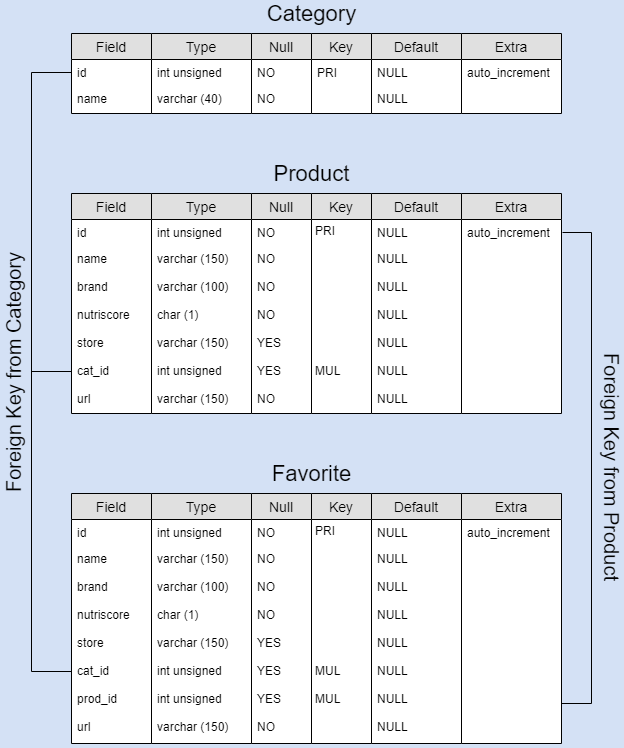
Above: physic_data_model.png in Tony380/Projet5 (draw.io), before the change. Source tidied: cells renumbered, new cells last; positions are measured from the earlier drawing's top-left corner, leaving out a move shared by most shapes.
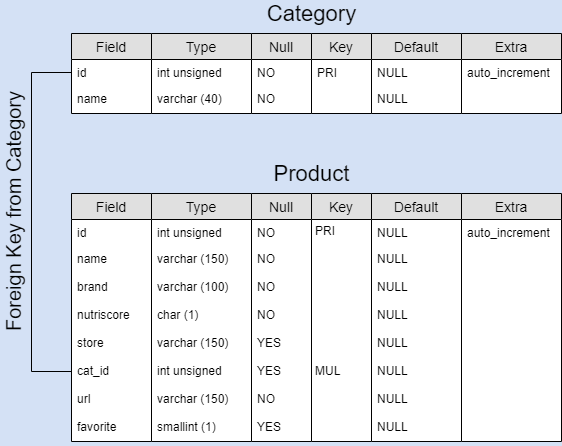
The same diagram one commit later.

Change to the diagram source:
```diff
@@ -8,9 +8,6 @@
     <mxCell id="3" value="&lt;font style=&quot;font-size: 22px&quot;&gt;Product&lt;/font&gt;" style="text;html=1;align=center;verticalAlign=middle;" parent="1" vertex="1">
       <mxGeometry x="379" y="160" width="90" height="20" as="geometry" />
     </mxCell>
-    <mxCell id="4" value="&lt;font style=&quot;font-size: 22px&quot;&gt;Favorite&lt;/font&gt;" style="text;html=1;align=center;verticalAlign=middle;" parent="1" vertex="1">
-      <mxGeometry x="379" y="460" width="90" height="20" as="geometry" />
-    </mxCell>
     <mxCell id="5" style="endArrow=none;html=1;rounded=0;entryX=0;entryY=0.5;entryDx=0;entryDy=0;exitX=0;exitY=0.5;exitDx=0;exitDy=0;" parent="1" edge="1" source="43" target="17">
       <mxGeometry relative="1" as="geometry">
         <Array as="points">
@@ -19,24 +16,6 @@
         </Array>
       </mxGeometry>
     </mxCell>
-    <mxCell id="6" style="endArrow=none;html=1;rounded=0;" parent="1" edge="1">
-      <mxGeometry relative="1" as="geometry">
-        <mxPoint x="144" y="350" as="sourcePoint" />
-        <mxPoint x="184" y="668" as="targetPoint" />
-        <Array as="points">
-          <mxPoint x="144" y="668" />
-        </Array>
-      </mxGeometry>
-    </mxCell>
-    <mxCell id="7" style="endArrow=none;html=1;rounded=0;exitX=1.01;exitY=0.067;exitDx=0;exitDy=0;exitPerimeter=0;" parent="1" edge="1" source="59">
-      <mxGeometry relative="1" as="geometry">
-        <mxPoint x="674" y="700" as="targetPoint" />
-        <Array as="points">
-          <mxPoint x="704" y="229" />
-          <mxPoint x="704" y="700" />
-        </Array>
-      </mxGeometry>
-    </mxCell>
     <mxCell id="8" value="Key" style="swimlane;fontStyle=0;horizontal=1;startSize=26;fillColor=#e0e0e0;swimlaneFillColor=#ffffff;align=center;fontSize=14;" parent="1" vertex="1">
       <mxGeometry x="424" y="30" width="60" height="80" as="geometry" />
     </mxCell>
@@ -71,13 +50,13 @@
       <mxGeometry y="52" width="80" height="28" as="geometry" />
     </mxCell>
     <mxCell id="19" value="Key" style="swimlane;fontStyle=0;horizontal=1;startSize=26;fillColor=#e0e0e0;swimlaneFillColor=#ffffff;align=center;fontSize=14;" parent="1" vertex="1">
-      <mxGeometry x="424" y="190" width="60" height="220" as="geometry" />
+      <mxGeometry x="424" y="190" width="60" height="248" as="geometry" />
     </mxCell>
     <mxCell id="20" value="PRI&#10;&#10;&#10;&#10;&#10;&#10;&#10;&#10;&#10;&#10;MUL" style="text;strokeColor=none;fillColor=none;spacingLeft=4;spacingRight=4;overflow=hidden;fontSize=12;spacing=0;" parent="19" vertex="1">
-      <mxGeometry y="26" width="60" height="194" as="geometry" />
+      <mxGeometry y="26" width="60" height="222" as="geometry" />
     </mxCell>
     <mxCell id="21" value="Null" style="swimlane;fontStyle=0;horizontal=1;startSize=26;fillColor=#e0e0e0;swimlaneFillColor=#ffffff;align=center;fontSize=14;" parent="1" vertex="1">
-      <mxGeometry x="364" y="190" width="60" height="220" as="geometry" />
+      <mxGeometry x="364" y="190" width="60" height="248" as="geometry" />
     </mxCell>
     <mxCell id="22" value="NO" style="text;strokeColor=none;fillColor=none;spacingLeft=4;spacingRight=4;overflow=hidden;fontSize=12;" parent="21" vertex="1">
       <mxGeometry y="26" width="60" height="26" as="geometry" />
@@ -100,8 +79,11 @@
     <mxCell id="28" value="NO" style="text;strokeColor=none;fillColor=none;spacingLeft=4;spacingRight=4;overflow=hidden;fontSize=12;" parent="21" vertex="1">
       <mxGeometry y="192" width="60" height="28" as="geometry" />
     </mxCell>
+    <mxCell id="102" value="YES" style="text;strokeColor=none;fillColor=none;spacingLeft=4;spacingRight=4;overflow=hidden;fontSize=12;" parent="21" vertex="1">
+      <mxGeometry y="220" width="60" height="28" as="geometry" />
+    </mxCell>
     <mxCell id="29" value="Type" style="swimlane;fontStyle=0;horizontal=1;startSize=26;fillColor=#e0e0e0;swimlaneFillColor=#ffffff;align=center;fontSize=14;" parent="1" vertex="1">
-      <mxGeometry x="264" y="190" width="100" height="220" as="geometry" />
+      <mxGeometry x="264" y="190" width="100" height="248" as="geometry" />
     </mxCell>
     <mxCell id="30" value="int unsigned" style="text;strokeColor=none;fillColor=none;spacingLeft=4;spacingRight=4;overflow=hidden;fontSize=12;" parent="29" vertex="1">
       <mxGeometry y="26" width="100" height="26" as="geometry" />
@@ -124,8 +106,11 @@
     <mxCell id="36" value="varchar (150)" style="text;strokeColor=none;fillColor=none;spacingLeft=4;spacingRight=4;overflow=hidden;fontSize=12;" parent="29" vertex="1">
       <mxGeometry y="192" width="100" height="28" as="geometry" />
     </mxCell>
+    <mxCell id="103" value="smallint (1)" style="text;strokeColor=none;fillColor=none;spacingLeft=4;spacingRight=4;overflow=hidden;fontSize=12;" parent="29" vertex="1">
+      <mxGeometry y="220" width="100" height="28" as="geometry" />
+    </mxCell>
     <mxCell id="37" value="Field" style="swimlane;fontStyle=0;horizontal=1;startSize=26;fillColor=#e0e0e0;swimlaneFillColor=#ffffff;align=center;fontSize=14;" parent="1" vertex="1">
-      <mxGeometry x="184" y="190" width="80" height="220" as="geometry" />
+      <mxGeometry x="184" y="190" width="80" height="248" as="geometry" />
     </mxCell>
     <mxCell id="38" value="id" style="text;strokeColor=none;fillColor=none;spacingLeft=4;spacingRight=4;overflow=hidden;fontSize=12;" parent="37" vertex="1">
       <mxGeometry y="26" width="80" height="26" as="geometry" />
@@ -148,6 +133,9 @@
     <mxCell id="44" value="url" style="text;strokeColor=none;fillColor=none;spacingLeft=4;spacingRight=4;overflow=hidden;fontSize=12;" parent="37" vertex="1">
       <mxGeometry y="192" width="80" height="28" as="geometry" />
     </mxCell>
+    <mxCell id="104" value="favorite" style="text;strokeColor=none;fillColor=none;spacingLeft=4;spacingRight=4;overflow=hidden;fontSize=12;" parent="37" vertex="1">
+      <mxGeometry y="220" width="80" height="28" as="geometry" />
+    </mxCell>
     <mxCell id="45" value="Extra" style="swimlane;fontStyle=0;horizontal=1;startSize=26;fillColor=#e0e0e0;swimlaneFillColor=#ffffff;align=center;fontSize=14;" parent="1" vertex="1">
       <mxGeometry x="574" y="30" width="100" height="80" as="geometry" />
     </mxCell>
@@ -164,7 +152,7 @@
       <mxGeometry y="52" width="90" height="28" as="geometry" />
     </mxCell>
     <mxCell id="50" value="Default" style="swimlane;fontStyle=0;horizontal=1;startSize=26;fillColor=#e0e0e0;swimlaneFillColor=#ffffff;align=center;fontSize=14;" parent="1" vertex="1">
-      <mxGeometry x="484" y="190" width="90" height="220" as="geometry" />
+      <mxGeometry x="484" y="190" width="90" height="248" as="geometry" />
     </mxCell>
     <mxCell id="51" value="NULL" style="text;strokeColor=none;fillColor=none;spacingLeft=4;spacingRight=4;overflow=hidden;fontSize=12;" parent="50" vertex="1">
       <mxGeometry y="26" width="90" height="26" as="geometry" />
@@ -187,137 +175,17 @@
     <mxCell id="57" value="NULL" style="text;strokeColor=none;fillColor=none;spacingLeft=4;spacingRight=4;overflow=hidden;fontSize=12;" parent="50" vertex="1">
       <mxGeometry y="192" width="90" height="28" as="geometry" />
     </mxCell>
+    <mxCell id="105" value="NULL" style="text;strokeColor=none;fillColor=none;spacingLeft=4;spacingRight=4;overflow=hidden;fontSize=12;" parent="50" vertex="1">
+      <mxGeometry y="220" width="90" height="28" as="geometry" />
+    </mxCell>
     <mxCell id="58" value="Extra" style="swimlane;fontStyle=0;horizontal=1;startSize=26;fillColor=#e0e0e0;swimlaneFillColor=#ffffff;align=center;fontSize=14;" parent="1" vertex="1">
-      <mxGeometry x="574" y="190" width="100" height="220" as="geometry" />
+      <mxGeometry x="574" y="190" width="100" height="248" as="geometry" />
     </mxCell>
     <mxCell id="59" value="auto_increment" style="text;strokeColor=none;fillColor=none;spacingLeft=4;spacingRight=4;overflow=hidden;points=[[0,0.5],[1,0.5]];portConstraint=eastwest;fontSize=12;" parent="58" vertex="1">
-      <mxGeometry y="26" width="100" height="194" as="geometry" />
+      <mxGeometry y="26" width="100" height="222" as="geometry" />
     </mxCell>
-    <mxCell id="60" value="Key" style="swimlane;fontStyle=0;horizontal=1;startSize=26;fillColor=#e0e0e0;swimlaneFillColor=#ffffff;align=center;fontSize=14;" parent="1" vertex="1">
-      <mxGeometry x="424" y="490" width="60" height="250" as="geometry" />
-    </mxCell>
-    <mxCell id="61" value="PRI&#10;&#10;&#10;&#10;&#10;&#10;&#10;&#10;&#10;&#10;MUL&#10;&#10;MUL" style="text;strokeColor=none;fillColor=none;spacingLeft=4;spacingRight=4;overflow=hidden;fontSize=12;spacing=0;" parent="60" vertex="1">
-      <mxGeometry y="26" width="60" height="224" as="geometry" />
-    </mxCell>
-    <mxCell id="62" value="Null" style="swimlane;fontStyle=0;horizontal=1;startSize=26;fillColor=#e0e0e0;swimlaneFillColor=#ffffff;align=center;fontSize=14;" parent="1" vertex="1">
-      <mxGeometry x="364" y="490" width="60" height="250" as="geometry" />
-    </mxCell>
-    <mxCell id="63" value="NO" style="text;strokeColor=none;fillColor=none;spacingLeft=4;spacingRight=4;overflow=hidden;fontSize=12;" parent="62" vertex="1">
-      <mxGeometry y="26" width="60" height="26" as="geometry" />
-    </mxCell>
-    <mxCell id="64" value="NO" style="text;strokeColor=none;fillColor=none;spacingLeft=4;spacingRight=4;overflow=hidden;fontSize=12;" parent="62" vertex="1">
-      <mxGeometry y="52" width="60" height="28" as="geometry" />
-    </mxCell>
-    <mxCell id="65" value="NO" style="text;strokeColor=none;fillColor=none;spacingLeft=4;spacingRight=4;overflow=hidden;fontSize=12;" parent="62" vertex="1">
-      <mxGeometry y="80" width="60" height="28" as="geometry" />
-    </mxCell>
-    <mxCell id="66" value="NO" style="text;strokeColor=none;fillColor=none;spacingLeft=4;spacingRight=4;overflow=hidden;fontSize=12;" parent="62" vertex="1">
-      <mxGeometry y="108" width="60" height="28" as="geometry" />
-    </mxCell>
-    <mxCell id="67" value="YES" style="text;strokeColor=none;fillColor=none;spacingLeft=4;spacingRight=4;overflow=hidden;fontSize=12;" parent="62" vertex="1">
-      <mxGeometry y="136" width="60" height="28" as="geometry" />
-    </mxCell>
-    <mxCell id="68" value="YES" style="text;strokeColor=none;fillColor=none;spacingLeft=4;spacingRight=4;overflow=hidden;fontSize=12;" parent="62" vertex="1">
-      <mxGeometry y="164" width="60" height="28" as="geometry" />
-    </mxCell>
-    <mxCell id="69" value="YES" style="text;strokeColor=none;fillColor=none;spacingLeft=4;spacingRight=4;overflow=hidden;fontSize=12;" parent="62" vertex="1">
-      <mxGeometry y="192" width="60" height="28" as="geometry" />
-    </mxCell>
-    <mxCell id="70" value="NO" style="text;strokeColor=none;fillColor=none;spacingLeft=4;spacingRight=4;overflow=hidden;fontSize=12;" parent="62" vertex="1">
-      <mxGeometry y="220" width="60" height="30" as="geometry" />
-    </mxCell>
-    <mxCell id="71" value="Type" style="swimlane;fontStyle=0;horizontal=1;startSize=26;fillColor=#e0e0e0;swimlaneFillColor=#ffffff;align=center;fontSize=14;" parent="1" vertex="1">
-      <mxGeometry x="264" y="490" width="100" height="250" as="geometry" />
-    </mxCell>
-    <mxCell id="72" value="int unsigned" style="text;strokeColor=none;fillColor=none;spacingLeft=4;spacingRight=4;overflow=hidden;fontSize=12;" parent="71" vertex="1">
-      <mxGeometry y="26" width="100" height="26" as="geometry" />
-    </mxCell>
-    <mxCell id="73" value="varchar (150)" style="text;strokeColor=none;fillColor=none;spacingLeft=4;spacingRight=4;overflow=hidden;fontSize=12;" parent="71" vertex="1">
-      <mxGeometry y="52" width="100" height="28" as="geometry" />
-    </mxCell>
-    <mxCell id="74" value="varchar (100)" style="text;strokeColor=none;fillColor=none;spacingLeft=4;spacingRight=4;overflow=hidden;fontSize=12;" parent="71" vertex="1">
-      <mxGeometry y="80" width="100" height="28" as="geometry" />
-    </mxCell>
-    <mxCell id="75" value="char (1)" style="text;strokeColor=none;fillColor=none;spacingLeft=4;spacingRight=4;overflow=hidden;fontSize=12;" parent="71" vertex="1">
-      <mxGeometry y="108" width="100" height="28" as="geometry" />
-    </mxCell>
-    <mxCell id="76" value="varchar (150)" style="text;strokeColor=none;fillColor=none;spacingLeft=4;spacingRight=4;overflow=hidden;fontSize=12;" parent="71" vertex="1">
-      <mxGeometry y="136" width="100" height="28" as="geometry" />
-    </mxCell>
-    <mxCell id="77" value="int unsigned" style="text;strokeColor=none;fillColor=none;spacingLeft=4;spacingRight=4;overflow=hidden;fontSize=12;" parent="71" vertex="1">
-      <mxGeometry y="164" width="100" height="28" as="geometry" />
-    </mxCell>
-    <mxCell id="78" value="int unsigned" style="text;strokeColor=none;fillColor=none;spacingLeft=4;spacingRight=4;overflow=hidden;fontSize=12;" parent="71" vertex="1">
-      <mxGeometry y="192" width="100" height="28" as="geometry" />
-    </mxCell>
-    <mxCell id="79" value="varchar (150)" style="text;strokeColor=none;fillColor=none;spacingLeft=4;spacingRight=4;overflow=hidden;fontSize=12;" parent="71" vertex="1">
-      <mxGeometry y="220" width="100" height="30" as="geometry" />
-    </mxCell>
-    <mxCell id="80" value="Field" style="swimlane;fontStyle=0;horizontal=1;startSize=26;fillColor=#e0e0e0;swimlaneFillColor=#ffffff;align=center;fontSize=14;" parent="1" vertex="1">
-      <mxGeometry x="184" y="490" width="80" height="250" as="geometry" />
-    </mxCell>
-    <mxCell id="81" value="id" style="text;strokeColor=none;fillColor=none;spacingLeft=4;spacingRight=4;overflow=hidden;fontSize=12;" parent="80" vertex="1">
-      <mxGeometry y="26" width="80" height="26" as="geometry" />
-    </mxCell>
-    <mxCell id="82" value="name" style="text;strokeColor=none;fillColor=none;spacingLeft=4;spacingRight=4;overflow=hidden;fontSize=12;" parent="80" vertex="1">
-      <mxGeometry y="52" width="80" height="28" as="geometry" />
-    </mxCell>
-    <mxCell id="83" value="brand" style="text;strokeColor=none;fillColor=none;spacingLeft=4;spacingRight=4;overflow=hidden;fontSize=12;" parent="80" vertex="1">
-      <mxGeometry y="80" width="80" height="28" as="geometry" />
-    </mxCell>
-    <mxCell id="84" value="nutriscore" style="text;strokeColor=none;fillColor=none;spacingLeft=4;spacingRight=4;overflow=hidden;fontSize=12;" parent="80" vertex="1">
-      <mxGeometry y="108" width="80" height="28" as="geometry" />
-    </mxCell>
-    <mxCell id="85" value="store" style="text;strokeColor=none;fillColor=none;spacingLeft=4;spacingRight=4;overflow=hidden;fontSize=12;" parent="80" vertex="1">
-      <mxGeometry y="136" width="80" height="28" as="geometry" />
-    </mxCell>
-    <mxCell id="86" value="cat_id" style="text;strokeColor=none;fillColor=none;spacingLeft=4;spacingRight=4;overflow=hidden;fontSize=12;" parent="80" vertex="1">
-      <mxGeometry y="164" width="80" height="28" as="geometry" />
-    </mxCell>
-    <mxCell id="87" value="prod_id" style="text;strokeColor=none;fillColor=none;spacingLeft=4;spacingRight=4;overflow=hidden;fontSize=12;" parent="80" vertex="1">
-      <mxGeometry y="192" width="80" height="28" as="geometry" />
-    </mxCell>
-    <mxCell id="88" value="url" style="text;strokeColor=none;fillColor=none;spacingLeft=4;spacingRight=4;overflow=hidden;fontSize=12;" parent="80" vertex="1">
-      <mxGeometry y="220" width="80" height="30" as="geometry" />
-    </mxCell>
-    <mxCell id="89" value="Default" style="swimlane;fontStyle=0;horizontal=1;startSize=26;fillColor=#e0e0e0;swimlaneFillColor=#ffffff;align=center;fontSize=14;" parent="1" vertex="1">
-      <mxGeometry x="484" y="490" width="90" height="250" as="geometry" />
-    </mxCell>
-    <mxCell id="90" value="NULL" style="text;strokeColor=none;fillColor=none;spacingLeft=4;spacingRight=4;overflow=hidden;fontSize=12;" parent="89" vertex="1">
-      <mxGeometry y="26" width="90" height="26" as="geometry" />
-    </mxCell>
-    <mxCell id="91" value="NULL" style="text;strokeColor=none;fillColor=none;spacingLeft=4;spacingRight=4;overflow=hidden;fontSize=12;" parent="89" vertex="1">
-      <mxGeometry y="52" width="90" height="28" as="geometry" />
-    </mxCell>
-    <mxCell id="92" value="NULL" style="text;strokeColor=none;fillColor=none;spacingLeft=4;spacingRight=4;overflow=hidden;fontSize=12;" parent="89" vertex="1">
-      <mxGeometry y="80" width="90" height="28" as="geometry" />
-    </mxCell>
-    <mxCell id="93" value="NULL" style="text;strokeColor=none;fillColor=none;spacingLeft=4;spacingRight=4;overflow=hidden;fontSize=12;" parent="89" vertex="1">
-      <mxGeometry y="108" width="90" height="28" as="geometry" />
-    </mxCell>
-    <mxCell id="94" value="NULL" style="text;strokeColor=none;fillColor=none;spacingLeft=4;spacingRight=4;overflow=hidden;fontSize=12;" parent="89" vertex="1">
-      <mxGeometry y="136" width="90" height="28" as="geometry" />
-    </mxCell>
-    <mxCell id="95" value="NULL" style="text;strokeColor=none;fillColor=none;spacingLeft=4;spacingRight=4;overflow=hidden;fontSize=12;" parent="89" vertex="1">
-      <mxGeometry y="164" width="90" height="28" as="geometry" />
-    </mxCell>
-    <mxCell id="96" value="NULL" style="text;strokeColor=none;fillColor=none;spacingLeft=4;spacingRight=4;overflow=hidden;fontSize=12;" parent="89" vertex="1">
-      <mxGeometry y="192" width="90" height="28" as="geometry" />
-    </mxCell>
-    <mxCell id="97" value="NULL" style="text;strokeColor=none;fillColor=none;spacingLeft=4;spacingRight=4;overflow=hidden;fontSize=12;" parent="89" vertex="1">
-      <mxGeometry y="220" width="90" height="30" as="geometry" />
-    </mxCell>
-    <mxCell id="98" value="Extra" style="swimlane;fontStyle=0;horizontal=1;startSize=26;fillColor=#e0e0e0;swimlaneFillColor=#ffffff;align=center;fontSize=14;" parent="1" vertex="1">
-      <mxGeometry x="574" y="490" width="100" height="250" as="geometry" />
-    </mxCell>
-    <mxCell id="99" value="auto_increment" style="text;strokeColor=none;fillColor=none;spacingLeft=4;spacingRight=4;overflow=hidden;fontSize=12;" parent="98" vertex="1">
-      <mxGeometry y="26" width="100" height="224" as="geometry" />
-    </mxCell>
     <mxCell id="100" value="&lt;font style=&quot;font-size: 20px&quot;&gt;Foreign Key from Category&lt;/font&gt;" style="text;html=1;align=center;verticalAlign=middle;direction=south;rotation=270;" parent="1" vertex="1">
-      <mxGeometry y="359" width="250" height="21" as="geometry" />
+      <mxGeometry y="198" width="250" height="21" as="geometry" />
     </mxCell>
-    <mxCell id="101" value="&lt;font style=&quot;font-size: 20px&quot;&gt;Foreign Key from Product&lt;/font&gt;" style="text;html=1;align=center;verticalAlign=middle;direction=south;rotation=90;" parent="1" vertex="1">
-      <mxGeometry x="606" y="453" width="238" height="21" as="geometry" />
-    </mxCell>
   </root>
 </mxGraphModel>
```
